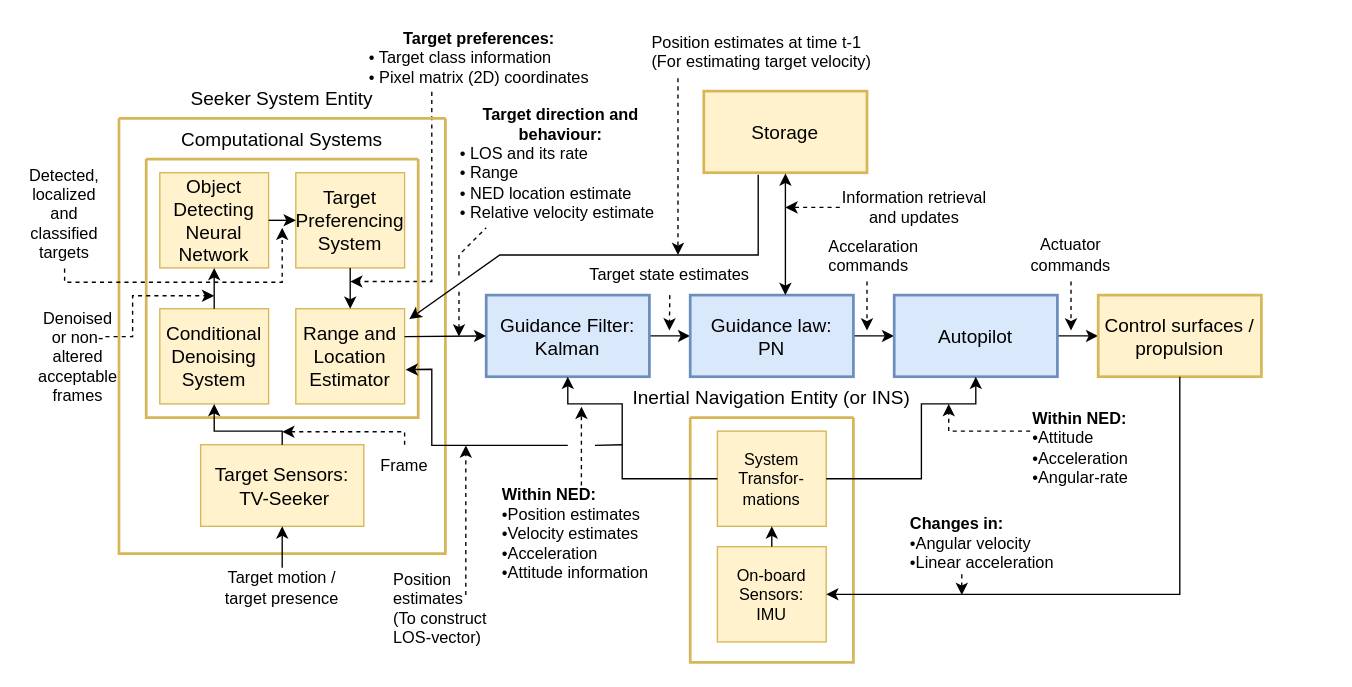
The draw.io diagram Control-Topology.drawio in jukkajo/satunnaista-tavaraa, before the edit. Source tidied: cells renumbered, new cells numbered last; positions are measured from the earlier drawing's top-left corner, leaving out a move shared by most shapes. Both pictures are drawn from the tidied source at 136%, with x=0, y=0 at pixel (23, 23).
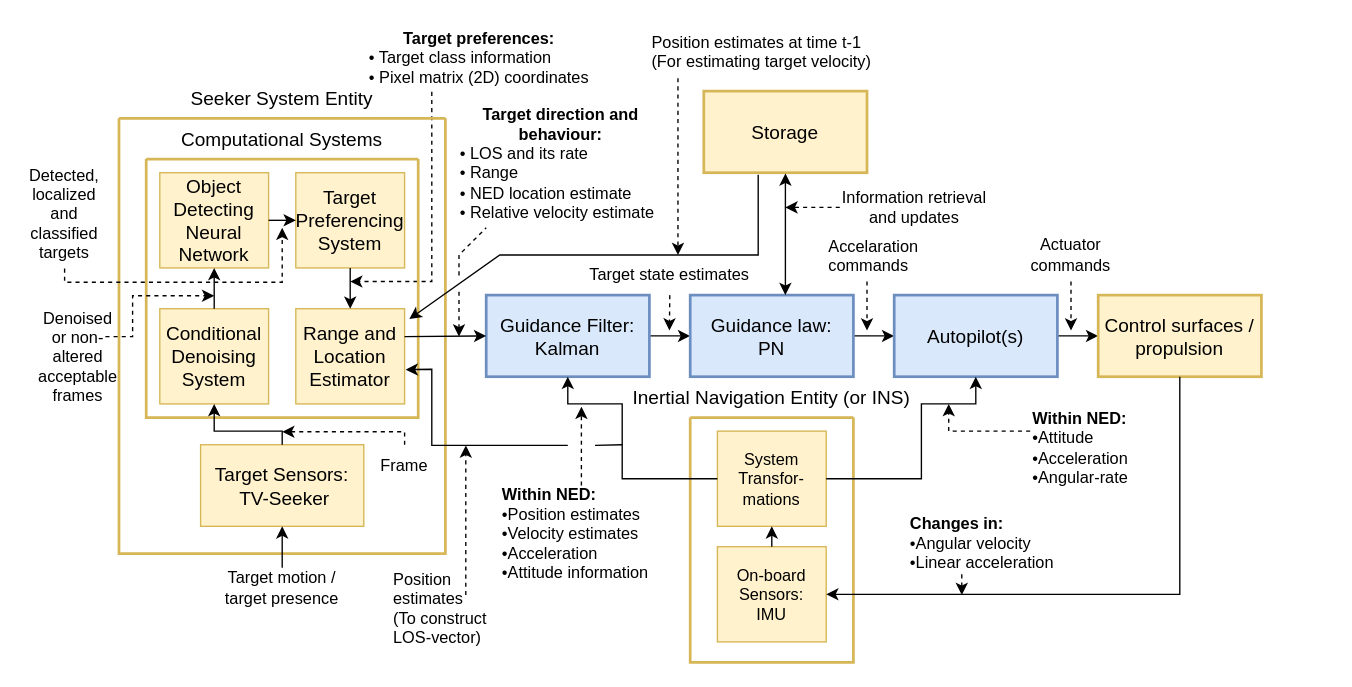
The same page after the edit.

Diff of the diagram source:
```diff
@@
-    <mxCell id="10" value="&lt;font style=&quot;font-size: 14px;&quot;&gt;Autopilot&lt;/font&gt;" style="rounded=0;whiteSpace=wrap;html=1;fillColor=#dae8fc;strokeColor=#6c8ebf;strokeWidth=2;" parent="1" vertex="1">
+    <mxCell id="10" value="&lt;font style=&quot;font-size: 14px;&quot;&gt;Autopilot(s)&lt;/font&gt;" style="rounded=0;whiteSpace=wrap;html=1;fillColor=#dae8fc;strokeColor=#6c8ebf;strokeWidth=2;" parent="1" vertex="1">
       <mxGeometry x="640" y="199.5" width="120" height="60" as="geometry" />
     </mxCell>
```
